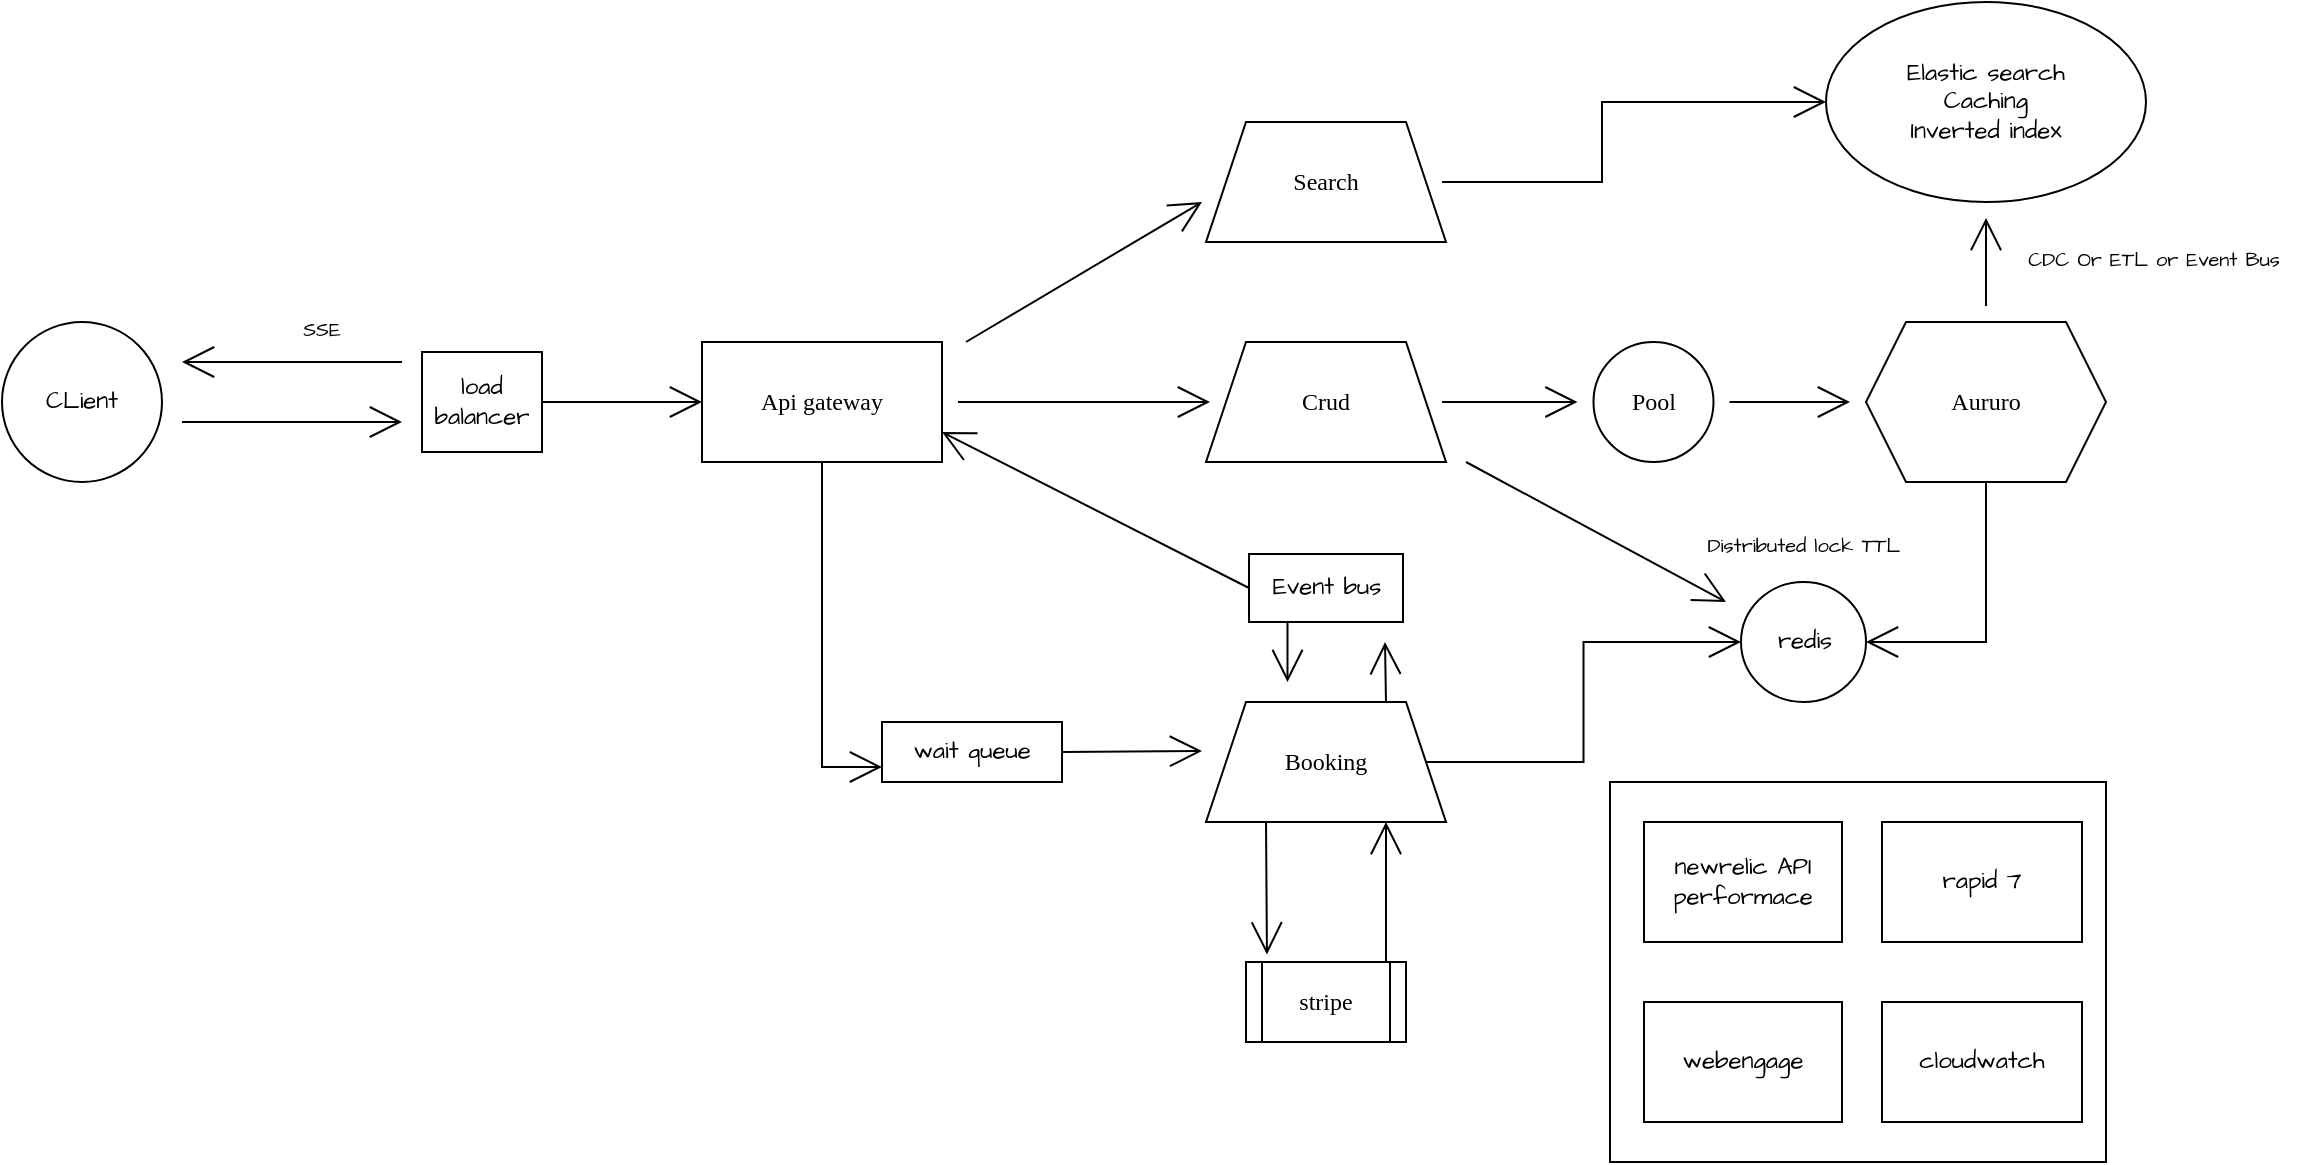
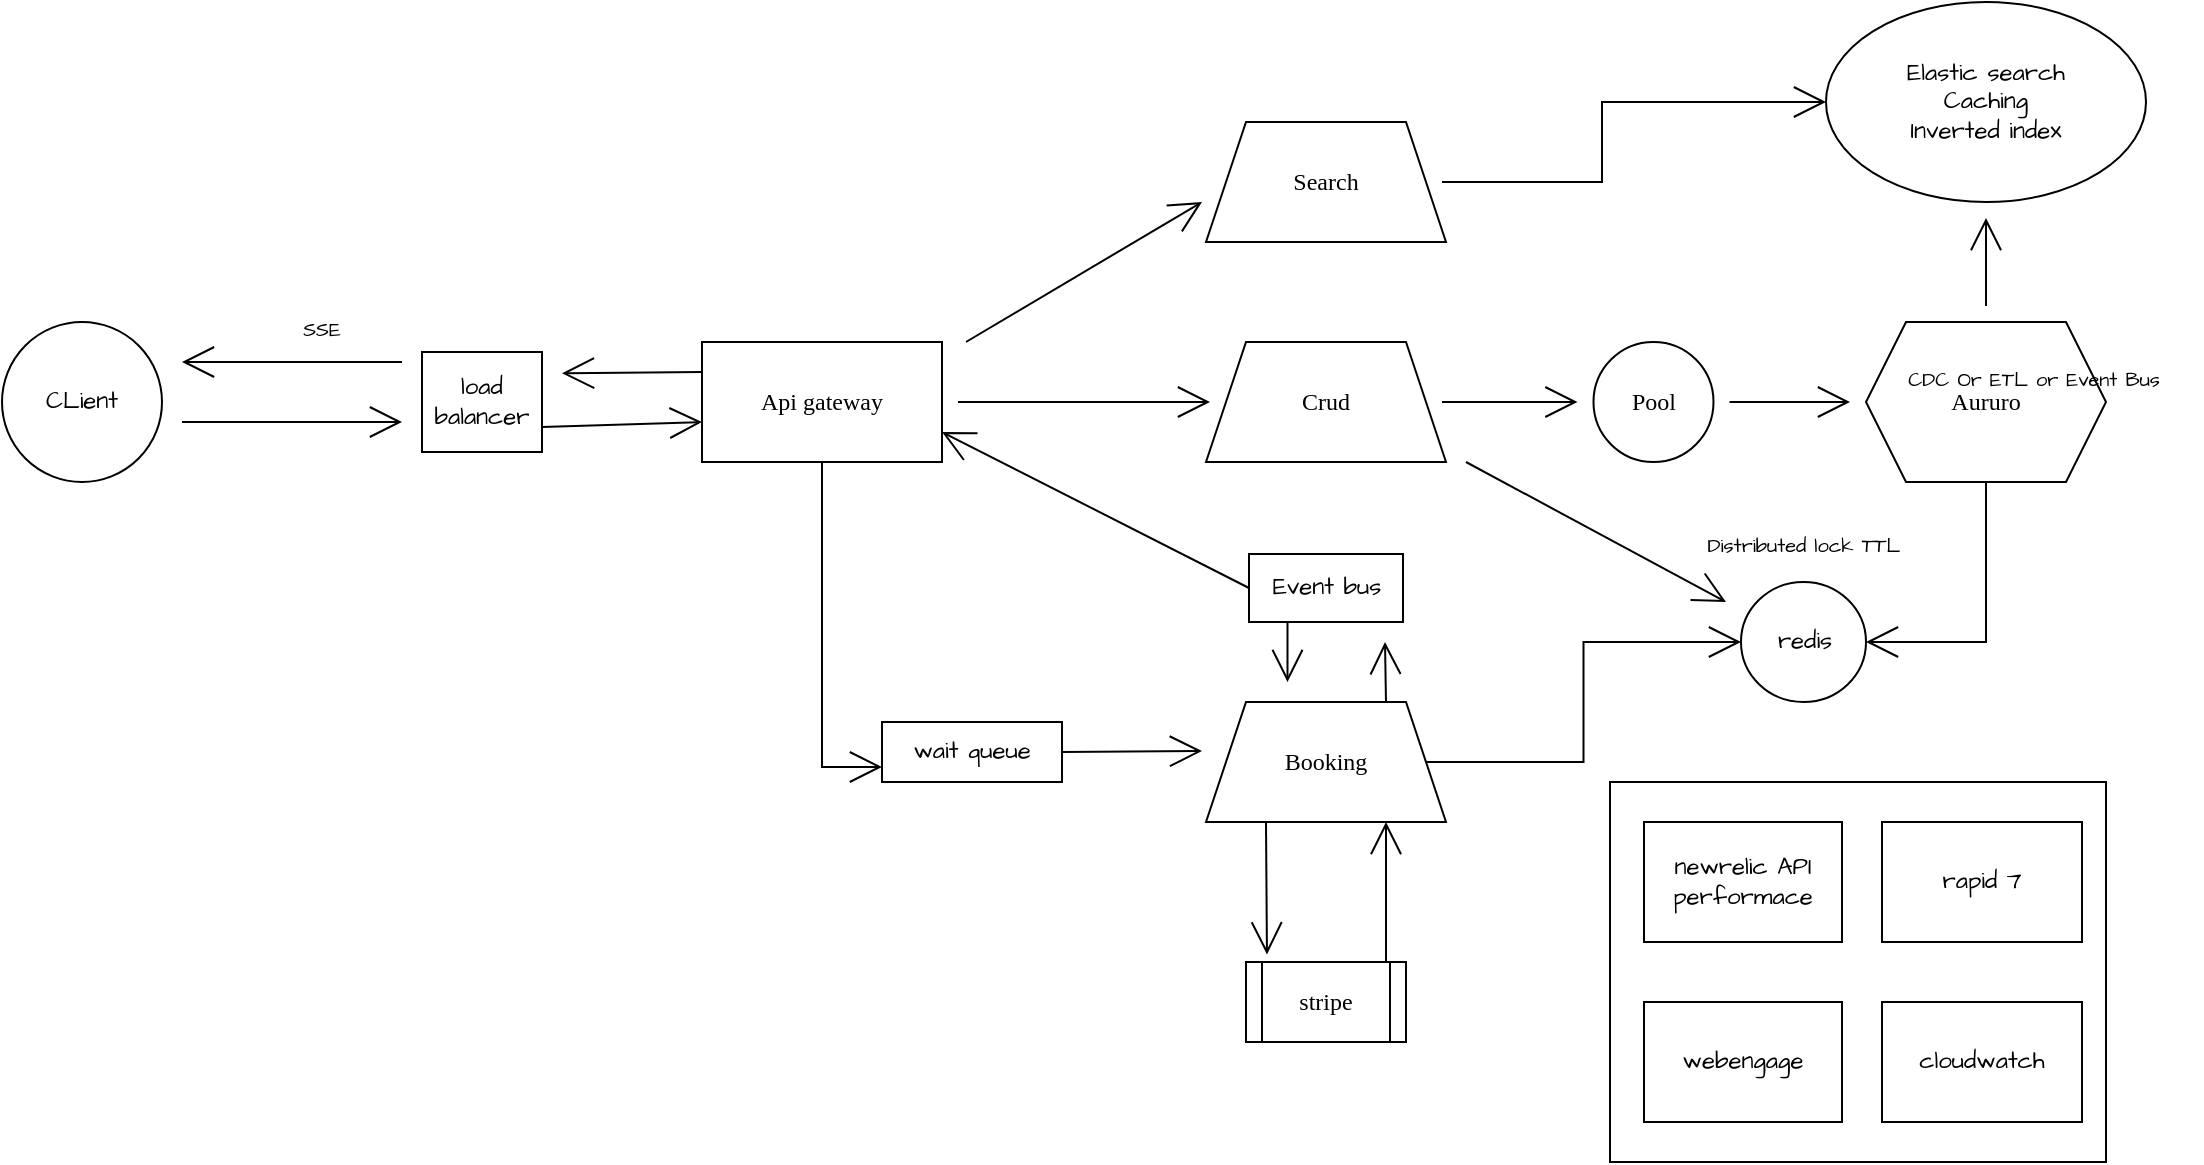
<mxfile host="app.diagrams.net" agent="5.0 (Windows NT 10.0; Win64; x64) AppleWebKit/537.36 (KHTML, like Gecko) Chrome/96.0.4664.93 Safari/537.36">
  <diagram id="Ht1M8jgEwFfnCIfOTk4-" name="Page-1">
-     <mxGraphModel dx="2508" dy="611" grid="1" gridSize="10" guides="1" tooltips="1" connect="1" arrows="1" fold="1" page="1" pageScale="1" pageWidth="1169" pageHeight="827" math="0" shadow="0">
+     <mxGraphModel dx="1607" dy="733" grid="1" gridSize="10" guides="1" tooltips="1" connect="1" arrows="1" fold="1" page="1" pageScale="1" pageWidth="1169" pageHeight="827" math="0" shadow="0">
      <root>
        <mxCell id="0" />
        <mxCell id="1" parent="0" />
        <mxCell id="67bCBKCydI8KBQZZ1gRH-11" edge="1" parent="1" source="67bCBKCydI8KBQZZ1gRH-1" style="edgeStyle=none;curved=1;rounded=0;orthogonalLoop=1;jettySize=auto;html=1;fontFamily=Verdana;fontSize=16;startSize=14;endArrow=open;endSize=14;sourcePerimeterSpacing=8;targetPerimeterSpacing=8;" target="67bCBKCydI8KBQZZ1gRH-3" value="">
          <mxGeometry relative="1" as="geometry" />
        </mxCell>
        <mxCell id="67bCBKCydI8KBQZZ1gRH-68" edge="1" parent="1" source="67bCBKCydI8KBQZZ1gRH-1" style="edgeStyle=orthogonalEdgeStyle;rounded=0;orthogonalLoop=1;jettySize=auto;html=1;exitX=0.5;exitY=1;exitDx=0;exitDy=0;entryX=0;entryY=0.75;entryDx=0;entryDy=0;fontFamily=Architects Daughter;fontSource=https%3A%2F%2Ffonts.googleapis.com%2Fcss%3Ffamily%3DArchitects%2BDaughter;fontSize=16;startSize=14;endArrow=open;endSize=14;sourcePerimeterSpacing=8;targetPerimeterSpacing=8;" target="67bCBKCydI8KBQZZ1gRH-21">
          <mxGeometry relative="1" as="geometry" />
        </mxCell>
+         <mxCell id="8TXd-eiRVvq2IGsznRM5-3" edge="1" parent="1" source="67bCBKCydI8KBQZZ1gRH-1" style="edgeStyle=none;curved=1;rounded=0;orthogonalLoop=1;jettySize=auto;html=1;exitX=0;exitY=0.25;exitDx=0;exitDy=0;fontFamily=Architects Daughter;fontSource=https%3A%2F%2Ffonts.googleapis.com%2Fcss%3Ffamily%3DArchitects%2BDaughter;fontSize=16;startSize=14;endArrow=open;endSize=14;sourcePerimeterSpacing=8;targetPerimeterSpacing=8;">
+           <mxGeometry relative="1" as="geometry">
+             <mxPoint x="320" y="285.66666666666663" as="targetPoint" />
+           </mxGeometry>
+         </mxCell>
        <mxCell id="67bCBKCydI8KBQZZ1gRH-1" parent="1" style="rounded=0;whiteSpace=wrap;html=1;fontFamily=Verdana;" value="Api gateway" vertex="1">
-           <mxGeometry height="60" width="120" x="330" y="330" as="geometry" />
+           <mxGeometry height="60" width="120" x="390" y="270" as="geometry" />
        </mxCell>
        <mxCell id="67bCBKCydI8KBQZZ1gRH-30" edge="1" parent="1" source="67bCBKCydI8KBQZZ1gRH-2" style="edgeStyle=orthogonalEdgeStyle;rounded=0;orthogonalLoop=1;jettySize=auto;html=1;entryX=0;entryY=0.5;entryDx=0;entryDy=0;fontFamily=Architects Daughter;fontSource=https%3A%2F%2Ffonts.googleapis.com%2Fcss%3Ffamily%3DArchitects%2BDaughter;fontSize=16;startSize=14;endArrow=open;endSize=14;sourcePerimeterSpacing=8;targetPerimeterSpacing=8;" target="67bCBKCydI8KBQZZ1gRH-27">
          <mxGeometry relative="1" as="geometry">
            <Array as="points">
-               <mxPoint x="780" y="250" />
-               <mxPoint x="780" y="210" />
+               <mxPoint x="840" y="190" />
+               <mxPoint x="840" y="150" />
            </Array>
          </mxGeometry>
        </mxCell>
        <mxCell id="67bCBKCydI8KBQZZ1gRH-2" parent="1" style="shape=trapezoid;perimeter=trapezoidPerimeter;whiteSpace=wrap;html=1;fixedSize=1;fontFamily=Verdana;" value="Search" vertex="1">
-           <mxGeometry height="60" width="120" x="582" y="220" as="geometry" />
+           <mxGeometry height="60" width="120" x="642" y="160" as="geometry" />
        </mxCell>
        <mxCell id="67bCBKCydI8KBQZZ1gRH-14" edge="1" parent="1" source="67bCBKCydI8KBQZZ1gRH-15" style="edgeStyle=none;curved=1;rounded=0;orthogonalLoop=1;jettySize=auto;html=1;fontFamily=Verdana;fontSize=16;startSize=14;endArrow=open;endSize=14;sourcePerimeterSpacing=8;targetPerimeterSpacing=8;" target="67bCBKCydI8KBQZZ1gRH-13" value="">
          <mxGeometry relative="1" as="geometry" />
        </mxCell>
        <mxCell id="67bCBKCydI8KBQZZ1gRH-36" edge="1" parent="1" style="edgeStyle=none;curved=1;rounded=0;orthogonalLoop=1;jettySize=auto;html=1;fontFamily=Architects Daughter;fontSource=https%3A%2F%2Ffonts.googleapis.com%2Fcss%3Ffamily%3DArchitects%2BDaughter;fontSize=16;startSize=14;endArrow=open;endSize=14;sourcePerimeterSpacing=8;targetPerimeterSpacing=8;">
          <mxGeometry relative="1" as="geometry">
-             <mxPoint x="712" y="390" as="sourcePoint" />
-             <mxPoint x="842" y="460" as="targetPoint" />
+             <mxPoint x="772" y="330" as="sourcePoint" />
+             <mxPoint x="902" y="400" as="targetPoint" />
          </mxGeometry>
        </mxCell>
        <mxCell id="67bCBKCydI8KBQZZ1gRH-3" parent="1" style="shape=trapezoid;perimeter=trapezoidPerimeter;whiteSpace=wrap;html=1;fixedSize=1;fontFamily=Verdana;" value="Crud" vertex="1">
-           <mxGeometry height="60" width="120" x="582" y="330" as="geometry" />
+           <mxGeometry height="60" width="120" x="642" y="270" as="geometry" />
        </mxCell>
        <mxCell id="67bCBKCydI8KBQZZ1gRH-38" edge="1" parent="1" source="67bCBKCydI8KBQZZ1gRH-4" style="edgeStyle=orthogonalEdgeStyle;rounded=0;orthogonalLoop=1;jettySize=auto;html=1;exitX=1;exitY=0.5;exitDx=0;exitDy=0;entryX=0;entryY=0.5;entryDx=0;entryDy=0;fontFamily=Architects Daughter;fontSource=https%3A%2F%2Ffonts.googleapis.com%2Fcss%3Ffamily%3DArchitects%2BDaughter;fontSize=16;startSize=14;endArrow=open;endSize=14;sourcePerimeterSpacing=8;targetPerimeterSpacing=8;" target="67bCBKCydI8KBQZZ1gRH-18">
          <mxGeometry relative="1" as="geometry" />
        </mxCell>
        <mxCell id="67bCBKCydI8KBQZZ1gRH-72" edge="1" parent="1" source="67bCBKCydI8KBQZZ1gRH-4" style="edgeStyle=none;curved=1;rounded=0;orthogonalLoop=1;jettySize=auto;html=1;exitX=0.75;exitY=0;exitDx=0;exitDy=0;fontFamily=Architects Daughter;fontSource=https%3A%2F%2Ffonts.googleapis.com%2Fcss%3Ffamily%3DArchitects%2BDaughter;fontSize=16;startSize=14;endArrow=open;endSize=14;sourcePerimeterSpacing=8;targetPerimeterSpacing=8;">
          <mxGeometry relative="1" as="geometry">
-             <mxPoint x="671.5" y="480" as="targetPoint" />
+             <mxPoint x="731.5" y="420" as="targetPoint" />
          </mxGeometry>
        </mxCell>
        <mxCell id="67bCBKCydI8KBQZZ1gRH-4" parent="1" style="shape=trapezoid;perimeter=trapezoidPerimeter;whiteSpace=wrap;html=1;fixedSize=1;fontFamily=Verdana;" value="Booking" vertex="1">
-           <mxGeometry height="60" width="120" x="582" y="510" as="geometry" />
+           <mxGeometry height="60" width="120" x="642" y="450" as="geometry" />
        </mxCell>
        <mxCell id="67bCBKCydI8KBQZZ1gRH-5" parent="1" style="shape=process;whiteSpace=wrap;html=1;backgroundOutline=1;fontFamily=Verdana;" value="stripe" vertex="1">
-           <mxGeometry height="40" width="80" x="602" y="640" as="geometry" />
+           <mxGeometry height="40" width="80" x="662" y="580" as="geometry" />
        </mxCell>
        <mxCell id="67bCBKCydI8KBQZZ1gRH-7" edge="1" parent="1" source="67bCBKCydI8KBQZZ1gRH-4" style="edgeStyle=none;curved=1;rounded=0;orthogonalLoop=1;jettySize=auto;html=1;exitX=0.25;exitY=1;exitDx=0;exitDy=0;entryX=0.131;entryY=-0.095;entryDx=0;entryDy=0;entryPerimeter=0;fontFamily=Verdana;fontSize=16;startSize=14;endArrow=open;endSize=14;sourcePerimeterSpacing=8;targetPerimeterSpacing=8;" target="67bCBKCydI8KBQZZ1gRH-5">
          <mxGeometry relative="1" as="geometry" />
        </mxCell>
        <mxCell id="67bCBKCydI8KBQZZ1gRH-8" edge="1" parent="1" style="edgeStyle=none;curved=1;rounded=0;orthogonalLoop=1;jettySize=auto;html=1;entryX=0.75;entryY=1;entryDx=0;entryDy=0;fontFamily=Verdana;fontSize=16;startSize=14;endArrow=open;endSize=14;sourcePerimeterSpacing=8;targetPerimeterSpacing=8;" target="67bCBKCydI8KBQZZ1gRH-4">
          <mxGeometry relative="1" as="geometry">
-             <mxPoint x="672" y="640" as="sourcePoint" />
+             <mxPoint x="732" y="580" as="sourcePoint" />
          </mxGeometry>
        </mxCell>
        <mxCell id="67bCBKCydI8KBQZZ1gRH-28" edge="1" parent="1" source="67bCBKCydI8KBQZZ1gRH-13" style="edgeStyle=none;curved=1;rounded=0;orthogonalLoop=1;jettySize=auto;html=1;fontFamily=Architects Daughter;fontSource=https%3A%2F%2Ffonts.googleapis.com%2Fcss%3Ffamily%3DArchitects%2BDaughter;fontSize=16;startSize=14;endArrow=open;endSize=14;sourcePerimeterSpacing=8;targetPerimeterSpacing=8;" target="67bCBKCydI8KBQZZ1gRH-27" value="">
          <mxGeometry relative="1" as="geometry" />
        </mxCell>
        <mxCell id="67bCBKCydI8KBQZZ1gRH-35" edge="1" parent="1" source="67bCBKCydI8KBQZZ1gRH-13" style="edgeStyle=orthogonalEdgeStyle;rounded=0;orthogonalLoop=1;jettySize=auto;html=1;exitX=0.5;exitY=1;exitDx=0;exitDy=0;entryX=1;entryY=0.5;entryDx=0;entryDy=0;fontFamily=Architects Daughter;fontSource=https%3A%2F%2Ffonts.googleapis.com%2Fcss%3Ffamily%3DArchitects%2BDaughter;fontSize=16;startSize=14;endArrow=open;endSize=14;sourcePerimeterSpacing=8;targetPerimeterSpacing=8;" target="67bCBKCydI8KBQZZ1gRH-18">
          <mxGeometry relative="1" as="geometry" />
        </mxCell>
        <mxCell id="67bCBKCydI8KBQZZ1gRH-13" parent="1" style="shape=hexagon;perimeter=hexagonPerimeter2;whiteSpace=wrap;html=1;fixedSize=1;fontFamily=Verdana;" value="Aururo" vertex="1">
-           <mxGeometry height="80" width="120" x="912" y="320" as="geometry" />
+           <mxGeometry height="80" width="120" x="972" y="260" as="geometry" />
        </mxCell>
        <mxCell id="67bCBKCydI8KBQZZ1gRH-16" edge="1" parent="1" source="67bCBKCydI8KBQZZ1gRH-3" style="edgeStyle=none;curved=1;rounded=0;orthogonalLoop=1;jettySize=auto;html=1;fontFamily=Verdana;fontSize=16;startSize=14;endArrow=open;endSize=14;sourcePerimeterSpacing=8;targetPerimeterSpacing=8;" target="67bCBKCydI8KBQZZ1gRH-15" value="">
          <mxGeometry relative="1" as="geometry">
-             <mxPoint x="700" y="360" as="sourcePoint" />
-             <mxPoint x="904" y="360" as="targetPoint" />
+             <mxPoint x="760" y="300" as="sourcePoint" />
+             <mxPoint x="964" y="300" as="targetPoint" />
          </mxGeometry>
        </mxCell>
        <mxCell id="67bCBKCydI8KBQZZ1gRH-15" parent="1" style="ellipse;whiteSpace=wrap;html=1;fontFamily=Verdana;" value="Pool" vertex="1">
-           <mxGeometry height="60" width="60" x="775.75" y="330" as="geometry" />
+           <mxGeometry height="60" width="60" x="835.75" y="270" as="geometry" />
        </mxCell>
        <mxCell id="67bCBKCydI8KBQZZ1gRH-18" parent="1" style="ellipse;whiteSpace=wrap;html=1;fontFamily=Architects Daughter;fontSource=https%3A%2F%2Ffonts.googleapis.com%2Fcss%3Ffamily%3DArchitects%2BDaughter;" value="redis" vertex="1">
-           <mxGeometry height="60" width="62.5" x="849.5" y="450" as="geometry" />
+           <mxGeometry height="60" width="62.5" x="909.5" y="390" as="geometry" />
        </mxCell>
        <mxCell id="67bCBKCydI8KBQZZ1gRH-20" parent="1" style="text;html=1;whiteSpace=wrap;strokeColor=none;fillColor=none;align=center;verticalAlign=middle;rounded=0;fontSize=20;fontFamily=Architects Daughter;fontSource=https%3A%2F%2Ffonts.googleapis.com%2Fcss%3Ffamily%3DArchitects%2BDaughter;" value="&lt;font style=&quot;font-size: 10px;&quot;&gt;Distributed lock TTL&lt;/font&gt;" vertex="1">
-           <mxGeometry height="16" width="116.25" x="822.62" y="420" as="geometry" />
+           <mxGeometry height="16" width="116.25" x="882.62" y="360" as="geometry" />
        </mxCell>
        <mxCell id="67bCBKCydI8KBQZZ1gRH-69" edge="1" parent="1" source="67bCBKCydI8KBQZZ1gRH-21" style="edgeStyle=none;curved=1;rounded=0;orthogonalLoop=1;jettySize=auto;html=1;exitX=1;exitY=0.5;exitDx=0;exitDy=0;fontFamily=Architects Daughter;fontSource=https%3A%2F%2Ffonts.googleapis.com%2Fcss%3Ffamily%3DArchitects%2BDaughter;fontSize=16;startSize=14;endArrow=open;endSize=14;sourcePerimeterSpacing=8;targetPerimeterSpacing=8;">
          <mxGeometry relative="1" as="geometry">
-             <mxPoint x="580" y="534.5" as="targetPoint" />
+             <mxPoint x="640" y="474.5" as="targetPoint" />
          </mxGeometry>
        </mxCell>
        <mxCell id="67bCBKCydI8KBQZZ1gRH-21" parent="1" style="rounded=0;whiteSpace=wrap;html=1;fontFamily=Architects Daughter;fontSource=https%3A%2F%2Ffonts.googleapis.com%2Fcss%3Ffamily%3DArchitects%2BDaughter;" value="wait queue" vertex="1">
-           <mxGeometry height="30" width="90" x="420" y="520" as="geometry" />
+           <mxGeometry height="30" width="90" x="480" y="460" as="geometry" />
        </mxCell>
        <mxCell id="67bCBKCydI8KBQZZ1gRH-27" parent="1" style="ellipse;whiteSpace=wrap;html=1;fontFamily=Architects Daughter;fontSource=https%3A%2F%2Ffonts.googleapis.com%2Fcss%3Ffamily%3DArchitects%2BDaughter;" value="Elastic search&lt;br&gt;Caching&lt;br&gt;Inverted index" vertex="1">
-           <mxGeometry height="100" width="160" x="892" y="160" as="geometry" />
+           <mxGeometry height="100" width="160" x="952" y="100" as="geometry" />
        </mxCell>
        <mxCell id="67bCBKCydI8KBQZZ1gRH-29" parent="1" style="text;html=1;whiteSpace=wrap;strokeColor=none;fillColor=none;align=center;verticalAlign=middle;rounded=0;fontSize=20;fontFamily=Architects Daughter;fontSource=https%3A%2F%2Ffonts.googleapis.com%2Fcss%3Ffamily%3DArchitects%2BDaughter;" value="&lt;font style=&quot;font-size: 10px;&quot;&gt;CDC Or ETL or Event Bus&lt;/font&gt;" vertex="1">
          <mxGeometry height="30" width="168" x="972" y="270" as="geometry" />
        </mxCell>
        <mxCell id="67bCBKCydI8KBQZZ1gRH-34" edge="1" parent="1" style="edgeStyle=none;curved=1;rounded=0;orthogonalLoop=1;jettySize=auto;html=1;fontFamily=Verdana;fontSize=16;startSize=14;endArrow=open;endSize=14;sourcePerimeterSpacing=8;targetPerimeterSpacing=8;" value="">
          <mxGeometry relative="1" as="geometry">
-             <mxPoint x="462" y="330" as="sourcePoint" />
-             <mxPoint x="580" y="260" as="targetPoint" />
+             <mxPoint x="522" y="270" as="sourcePoint" />
+             <mxPoint x="640" y="200" as="targetPoint" />
          </mxGeometry>
        </mxCell>
        <mxCell id="67bCBKCydI8KBQZZ1gRH-39" parent="1" style="ellipse;whiteSpace=wrap;html=1;fontFamily=Architects Daughter;fontSource=https%3A%2F%2Ffonts.googleapis.com%2Fcss%3Ffamily%3DArchitects%2BDaughter;" value="CLient" vertex="1">
-           <mxGeometry height="80" width="80" x="-20" y="320" as="geometry" />
+           <mxGeometry height="80" width="80" x="40" y="260" as="geometry" />
        </mxCell>
        <mxCell id="67bCBKCydI8KBQZZ1gRH-46" edge="1" parent="1" style="edgeStyle=none;orthogonalLoop=1;jettySize=auto;html=1;rounded=0;fontFamily=Architects Daughter;fontSource=https%3A%2F%2Ffonts.googleapis.com%2Fcss%3Ffamily%3DArchitects%2BDaughter;fontSize=16;startSize=14;endArrow=open;endSize=14;sourcePerimeterSpacing=8;targetPerimeterSpacing=8;curved=1;" value="">
          <mxGeometry relative="1" width="140" as="geometry">
            <Array as="points" />
-             <mxPoint x="70" y="370" as="sourcePoint" />
-             <mxPoint x="180" y="370" as="targetPoint" />
+             <mxPoint x="130" y="310" as="sourcePoint" />
+             <mxPoint x="240" y="310" as="targetPoint" />
          </mxGeometry>
        </mxCell>
        <mxCell id="67bCBKCydI8KBQZZ1gRH-47" edge="1" parent="1" style="edgeStyle=none;orthogonalLoop=1;jettySize=auto;html=1;rounded=0;fontFamily=Architects Daughter;fontSource=https%3A%2F%2Ffonts.googleapis.com%2Fcss%3Ffamily%3DArchitects%2BDaughter;fontSize=16;startSize=14;endArrow=open;endSize=14;sourcePerimeterSpacing=8;targetPerimeterSpacing=8;curved=1;" value="">
          <mxGeometry relative="1" width="140" as="geometry">
            <Array as="points" />
-             <mxPoint x="180" y="340" as="sourcePoint" />
-             <mxPoint x="70" y="340" as="targetPoint" />
+             <mxPoint x="240" y="280" as="sourcePoint" />
+             <mxPoint x="130" y="280" as="targetPoint" />
          </mxGeometry>
        </mxCell>
        <mxCell id="67bCBKCydI8KBQZZ1gRH-48" parent="1" style="text;html=1;whiteSpace=wrap;strokeColor=none;fillColor=none;align=center;verticalAlign=middle;rounded=0;fontSize=20;fontFamily=Architects Daughter;fontSource=https%3A%2F%2Ffonts.googleapis.com%2Fcss%3Ffamily%3DArchitects%2BDaughter;" value="&lt;font style=&quot;font-size: 10px;&quot;&gt;SSE&lt;/font&gt;" vertex="1">
-           <mxGeometry height="20" width="40" x="120" y="310" as="geometry" />
+           <mxGeometry height="20" width="40" x="180" y="250" as="geometry" />
        </mxCell>
        <mxCell id="67bCBKCydI8KBQZZ1gRH-61" parent="1" style="rounded=0;whiteSpace=wrap;html=1;fontFamily=Architects Daughter;fontSource=https%3A%2F%2Ffonts.googleapis.com%2Fcss%3Ffamily%3DArchitects%2BDaughter;" value="" vertex="1">
-           <mxGeometry height="190" width="248" x="784" y="550" as="geometry" />
+           <mxGeometry height="190" width="248" x="844" y="490" as="geometry" />
        </mxCell>
        <mxCell id="67bCBKCydI8KBQZZ1gRH-62" parent="1" style="rounded=0;whiteSpace=wrap;html=1;fontFamily=Architects Daughter;fontSource=https%3A%2F%2Ffonts.googleapis.com%2Fcss%3Ffamily%3DArchitects%2BDaughter;" value="newrelic API performace" vertex="1">
-           <mxGeometry height="60" width="99" x="801" y="570" as="geometry" />
+           <mxGeometry height="60" width="99" x="861" y="510" as="geometry" />
        </mxCell>
        <mxCell id="67bCBKCydI8KBQZZ1gRH-64" parent="1" style="rounded=0;whiteSpace=wrap;html=1;fontFamily=Architects Daughter;fontSource=https%3A%2F%2Ffonts.googleapis.com%2Fcss%3Ffamily%3DArchitects%2BDaughter;" value="rapid 7" vertex="1">
-           <mxGeometry height="60" width="100" x="920" y="570" as="geometry" />
+           <mxGeometry height="60" width="100" x="980" y="510" as="geometry" />
        </mxCell>
        <mxCell id="67bCBKCydI8KBQZZ1gRH-66" parent="1" style="rounded=0;whiteSpace=wrap;html=1;fontFamily=Architects Daughter;fontSource=https%3A%2F%2Ffonts.googleapis.com%2Fcss%3Ffamily%3DArchitects%2BDaughter;" value="webengage" vertex="1">
-           <mxGeometry height="60" width="99" x="801" y="660" as="geometry" />
+           <mxGeometry height="60" width="99" x="861" y="600" as="geometry" />
        </mxCell>
        <mxCell id="67bCBKCydI8KBQZZ1gRH-67" parent="1" style="rounded=0;whiteSpace=wrap;html=1;fontFamily=Architects Daughter;fontSource=https%3A%2F%2Ffonts.googleapis.com%2Fcss%3Ffamily%3DArchitects%2BDaughter;" value="cloudwatch" vertex="1">
-           <mxGeometry height="60" width="100" x="920" y="660" as="geometry" />
+           <mxGeometry height="60" width="100" x="980" y="600" as="geometry" />
        </mxCell>
        <mxCell id="67bCBKCydI8KBQZZ1gRH-71" edge="1" parent="1" source="67bCBKCydI8KBQZZ1gRH-70" style="edgeStyle=none;curved=1;rounded=0;orthogonalLoop=1;jettySize=auto;html=1;exitX=0.25;exitY=1;exitDx=0;exitDy=0;fontFamily=Architects Daughter;fontSource=https%3A%2F%2Ffonts.googleapis.com%2Fcss%3Ffamily%3DArchitects%2BDaughter;fontSize=16;startSize=14;endArrow=open;endSize=14;sourcePerimeterSpacing=8;targetPerimeterSpacing=8;">
          <mxGeometry relative="1" as="geometry">
-             <mxPoint x="622.75" y="500" as="targetPoint" />
+             <mxPoint x="682.75" y="440" as="targetPoint" />
          </mxGeometry>
        </mxCell>
        <mxCell id="67bCBKCydI8KBQZZ1gRH-73" edge="1" parent="1" source="67bCBKCydI8KBQZZ1gRH-70" style="edgeStyle=none;curved=1;rounded=0;orthogonalLoop=1;jettySize=auto;html=1;exitX=0;exitY=0.5;exitDx=0;exitDy=0;entryX=1;entryY=0.75;entryDx=0;entryDy=0;fontFamily=Architects Daughter;fontSource=https%3A%2F%2Ffonts.googleapis.com%2Fcss%3Ffamily%3DArchitects%2BDaughter;fontSize=16;startSize=14;endArrow=open;endSize=14;sourcePerimeterSpacing=8;targetPerimeterSpacing=8;" target="67bCBKCydI8KBQZZ1gRH-1">
          <mxGeometry relative="1" as="geometry" />
        </mxCell>
        <mxCell id="67bCBKCydI8KBQZZ1gRH-70" parent="1" style="rounded=0;whiteSpace=wrap;html=1;fontFamily=Architects Daughter;fontSource=https%3A%2F%2Ffonts.googleapis.com%2Fcss%3Ffamily%3DArchitects%2BDaughter;" value="Event bus" vertex="1">
-           <mxGeometry height="34" width="77" x="603.5" y="436" as="geometry" />
+           <mxGeometry height="34" width="77" x="663.5" y="376" as="geometry" />
        </mxCell>
-         <mxCell id="8TXd-eiRVvq2IGsznRM5-2" edge="1" parent="1" source="8TXd-eiRVvq2IGsznRM5-1" style="edgeStyle=none;curved=1;rounded=0;orthogonalLoop=1;jettySize=auto;html=1;exitX=1;exitY=0.5;exitDx=0;exitDy=0;entryX=0;entryY=0.5;entryDx=0;entryDy=0;fontFamily=Architects Daughter;fontSource=https%3A%2F%2Ffonts.googleapis.com%2Fcss%3Ffamily%3DArchitects%2BDaughter;fontSize=16;startSize=14;endArrow=open;endSize=14;sourcePerimeterSpacing=8;targetPerimeterSpacing=8;" target="67bCBKCydI8KBQZZ1gRH-1">
-           <mxGeometry relative="1" as="geometry" />
+         <mxCell id="8TXd-eiRVvq2IGsznRM5-2" edge="1" parent="1" source="8TXd-eiRVvq2IGsznRM5-1" style="edgeStyle=none;curved=1;rounded=0;orthogonalLoop=1;jettySize=auto;html=1;exitX=1;exitY=0.75;exitDx=0;exitDy=0;fontFamily=Architects Daughter;fontSource=https%3A%2F%2Ffonts.googleapis.com%2Fcss%3Ffamily%3DArchitects%2BDaughter;fontSize=16;startSize=14;endArrow=open;endSize=14;sourcePerimeterSpacing=8;targetPerimeterSpacing=8;">
+           <mxGeometry relative="1" as="geometry">
+             <mxPoint x="390" y="310" as="targetPoint" />
+           </mxGeometry>
        </mxCell>
        <mxCell id="8TXd-eiRVvq2IGsznRM5-1" parent="1" style="rounded=0;whiteSpace=wrap;html=1;fontFamily=Architects Daughter;fontSource=https%3A%2F%2Ffonts.googleapis.com%2Fcss%3Ffamily%3DArchitects%2BDaughter;" value="load balancer" vertex="1">
-           <mxGeometry height="50" width="60" x="190" y="335" as="geometry" />
+           <mxGeometry height="50" width="60" x="250" y="275" as="geometry" />
        </mxCell>
      </root>
    </mxGraphModel>
  </diagram>
</mxfile>
